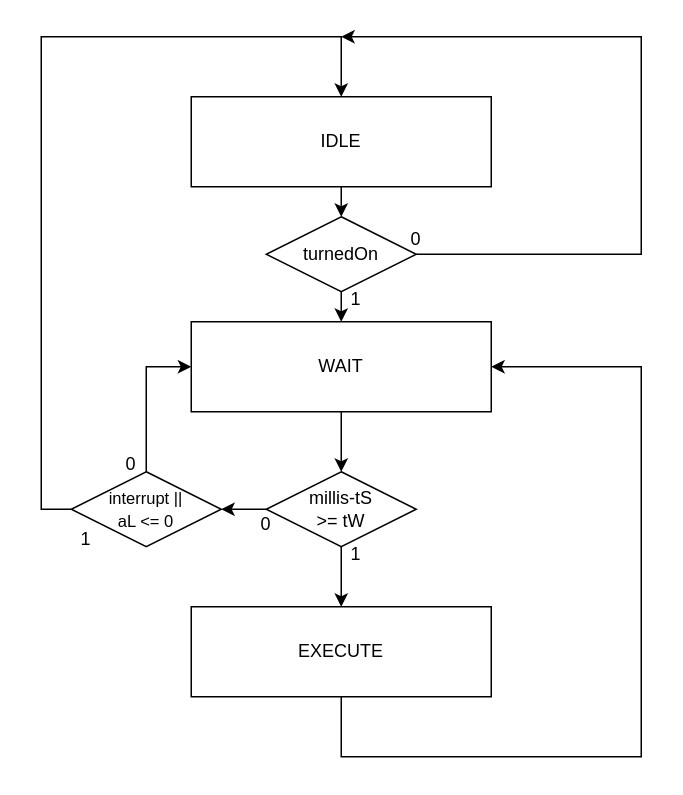
This is DiagramaDeEstados.drawio from Dexiis/FSO-TP1, a draw.io file, before an edit. Source tidied: cells renumbered, new cells numbered last; positions are measured from the earlier drawing's top-left corner, leaving out a move shared by most shapes. Both pictures are drawn from the tidied source at 150%, with x=0, y=0 at pixel (40, 36).
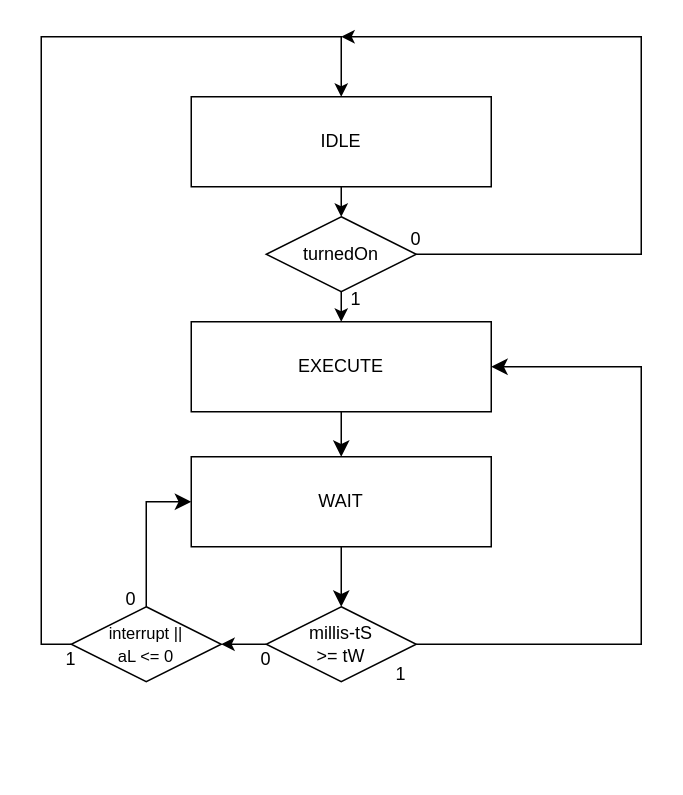
The same diagram, later.

Commit message (it also covers changes not shown here):
Diagrama de Estados

Unchanged cells that the change refers to:
```xml
<mxCell id="3" style="rounded=0;whiteSpace=wrap;html=1;" parent="1" vertex="1">
  <mxGeometry x="100" y="190" width="200" height="60" as="geometry" />
</mxCell>
<mxCell id="11" style="rounded=0;whiteSpace=wrap;html=1;" parent="1" vertex="1">
  <mxGeometry x="100" y="40" width="200" height="60" as="geometry" />
</mxCell>
<mxCell id="25" style="rhombus;whiteSpace=wrap;html=1;" parent="1" vertex="1">
  <mxGeometry x="150" y="120" width="100" height="50" as="geometry" />
</mxCell>
```

Change to the diagram source:
```diff
@@
-    <mxCell id="2" style="edgeStyle=orthogonalEdgeStyle;rounded=0;jettySize=auto;html=1;exitX=0.5;exitY=1;exitDx=0;exitDy=0;entryX=0.5;entryY=0;entryDx=0;entryDy=0;" parent="1" edge="1" source="3" target="9">
-      <mxGeometry relative="1" as="geometry" />
-    </mxCell>
+    <mxCell id="29" style="edgeStyle=none;curved=1;rounded=0;jettySize=auto;html=1;exitX=0.5;exitY=1;exitDx=0;exitDy=0;entryX=0.5;entryY=0;entryDx=0;entryDy=0;fontSize=12;startSize=8;endSize=8;" parent="1" edge="1" source="3" target="31">
+      <mxGeometry relative="1" as="geometry" />
+    </mxCell>
@@
+    <mxCell id="7" value="EXECUTE" style="text;html=1;align=center;verticalAlign=middle;whiteSpace=wrap;rounded=0;" parent="1" vertex="1">
+      <mxGeometry x="170" y="205" width="60" height="30" as="geometry" />
+    </mxCell>
+    <mxCell id="30" style="edgeStyle=none;curved=1;rounded=0;jettySize=auto;html=1;exitX=0.5;exitY=1;exitDx=0;exitDy=0;entryX=0.5;entryY=0;entryDx=0;entryDy=0;fontSize=12;startSize=8;endSize=8;" parent="1" edge="1" source="31" target="33">
+      <mxGeometry relative="1" as="geometry" />
+    </mxCell>
+    <mxCell id="31" style="rounded=0;whiteSpace=wrap;html=1;" parent="1" vertex="1">
+      <mxGeometry x="100" y="280" width="200" height="60" as="geometry" />
+    </mxCell>
     <mxCell id="4" value="WAIT" style="text;html=1;align=center;verticalAlign=middle;whiteSpace=wrap;rounded=0;" parent="1" vertex="1">
-      <mxGeometry x="170" y="205" width="60" height="30" as="geometry" />
+      <mxGeometry x="170" y="295" width="60" height="30" as="geometry" />
     </mxCell>
-    <mxCell id="5" style="edgeStyle=orthogonalEdgeStyle;rounded=0;jettySize=auto;html=1;exitX=0.5;exitY=1;exitDx=0;exitDy=0;entryX=1;entryY=0.5;entryDx=0;entryDy=0;" parent="1" edge="1" source="6" target="3">
-      <mxGeometry relative="1" as="geometry">
-        <Array as="points">
-          <mxPoint x="200" y="480" />
-          <mxPoint x="400" y="480" />
-          <mxPoint x="400" y="220" />
-        </Array>
-      </mxGeometry>
-    </mxCell>
-    <mxCell id="6" style="rounded=0;whiteSpace=wrap;html=1;" parent="1" vertex="1">
-      <mxGeometry x="100" y="380" width="200" height="60" as="geometry" />
-    </mxCell>
-    <mxCell id="7" value="EXECUTE" style="text;html=1;align=center;verticalAlign=middle;whiteSpace=wrap;rounded=0;" parent="1" vertex="1">
-      <mxGeometry x="170" y="395" width="60" height="30" as="geometry" />
-    </mxCell>
-    <mxCell id="8" style="edgeStyle=orthogonalEdgeStyle;rounded=0;jettySize=auto;html=1;exitX=0.5;exitY=1;exitDx=0;exitDy=0;entryX=0.5;entryY=0;entryDx=0;entryDy=0;" parent="1" edge="1" source="9" target="6">
-      <mxGeometry relative="1" as="geometry" />
-    </mxCell>
-    <mxCell id="9" style="rhombus;whiteSpace=wrap;html=1;" parent="1" vertex="1">
-      <mxGeometry x="150" y="290" width="100" height="50" as="geometry" />
-    </mxCell>
+    <mxCell id="32" style="edgeStyle=none;curved=0;rounded=0;jettySize=auto;html=1;entryX=1;entryY=0.5;entryDx=0;entryDy=0;fontSize=12;startSize=8;endSize=8;exitX=1;exitY=0.5;exitDx=0;exitDy=0;" parent="1" edge="1" source="33" target="3">
+      <mxGeometry relative="1" as="geometry">
+        <Array as="points">
+          <mxPoint x="400" y="405" />
+          <mxPoint x="400" y="220" />
+        </Array>
+      </mxGeometry>
+    </mxCell>
+    <mxCell id="33" style="rhombus;whiteSpace=wrap;html=1;" parent="1" vertex="1">
+      <mxGeometry x="150" y="380" width="100" height="50" as="geometry" />
+    </mxCell>
@@
     <mxCell id="13" value="millis-tS &amp;gt;= tW" style="text;html=1;align=center;verticalAlign=middle;whiteSpace=wrap;rounded=0;" parent="1" vertex="1">
-      <mxGeometry x="170" y="300" width="60" height="30" as="geometry" />
+      <mxGeometry x="170" y="390" width="60" height="30" as="geometry" />
     </mxCell>
-    <mxCell id="14" value="1" style="text;html=1;align=center;verticalAlign=middle;whiteSpace=wrap;rounded=0;" parent="1" vertex="1">
-      <mxGeometry x="180" y="330" width="60" height="30" as="geometry" />
-    </mxCell>
-    <mxCell id="15" value="0" style="text;html=1;align=center;verticalAlign=middle;whiteSpace=wrap;rounded=0;" parent="1" vertex="1">
-      <mxGeometry x="120" y="310" width="60" height="30" as="geometry" />
-    </mxCell>
-    <mxCell id="16" style="edgeStyle=orthogonalEdgeStyle;rounded=0;jettySize=auto;html=1;exitX=0;exitY=0.5;exitDx=0;exitDy=0;entryX=0.5;entryY=0;entryDx=0;entryDy=0;" parent="1" edge="1" source="18" target="11">
-      <mxGeometry relative="1" as="geometry">
-        <Array as="points">
-          <mxPoint y="315" />
-          <mxPoint />
-          <mxPoint x="200" />
-        </Array>
-      </mxGeometry>
-    </mxCell>
-    <mxCell id="17" style="edgeStyle=orthogonalEdgeStyle;rounded=0;jettySize=auto;html=1;exitX=0.5;exitY=0;exitDx=0;exitDy=0;entryX=0;entryY=0.5;entryDx=0;entryDy=0;" parent="1" edge="1" source="18" target="3">
-      <mxGeometry relative="1" as="geometry" />
-    </mxCell>
-    <mxCell id="18" style="rhombus;whiteSpace=wrap;html=1;" parent="1" vertex="1">
-      <mxGeometry x="20" y="290" width="100" height="50" as="geometry" />
-    </mxCell>
+    <mxCell id="34" value="1" style="text;html=1;align=center;verticalAlign=middle;whiteSpace=wrap;rounded=0;" parent="1" vertex="1">
+      <mxGeometry x="210" y="410" width="60" height="30" as="geometry" />
+    </mxCell>
+    <mxCell id="35" value="0" style="text;html=1;align=center;verticalAlign=middle;whiteSpace=wrap;rounded=0;" parent="1" vertex="1">
+      <mxGeometry x="120" y="400" width="60" height="30" as="geometry" />
+    </mxCell>
+    <mxCell id="36" style="edgeStyle=orthogonalEdgeStyle;rounded=0;jettySize=auto;html=1;exitX=0;exitY=0.5;exitDx=0;exitDy=0;entryX=0.5;entryY=0;entryDx=0;entryDy=0;" parent="1" edge="1" source="38" target="11">
+      <mxGeometry relative="1" as="geometry">
+        <Array as="points">
+          <mxPoint y="405" />
+          <mxPoint />
+          <mxPoint x="200" />
+        </Array>
+      </mxGeometry>
+    </mxCell>
+    <mxCell id="37" style="edgeStyle=none;curved=0;rounded=0;jettySize=auto;html=1;exitX=0.5;exitY=0;exitDx=0;exitDy=0;entryX=0;entryY=0.5;entryDx=0;entryDy=0;fontSize=12;startSize=8;endSize=8;" parent="1" edge="1" source="38" target="31">
+      <mxGeometry relative="1" as="geometry">
+        <Array as="points">
+          <mxPoint x="70" y="310" />
+        </Array>
+      </mxGeometry>
+    </mxCell>
+    <mxCell id="38" style="rhombus;whiteSpace=wrap;html=1;" parent="1" vertex="1">
+      <mxGeometry x="20" y="380" width="100" height="50" as="geometry" />
+    </mxCell>
     <mxCell id="19" value="&lt;font style=&quot;font-size: 11px;&quot;&gt;interrupt || aL &amp;lt;= 0&lt;/font&gt;" style="text;html=1;align=center;verticalAlign=middle;whiteSpace=wrap;rounded=0;" parent="1" vertex="1">
-      <mxGeometry x="40" y="300" width="60" height="30" as="geometry" />
+      <mxGeometry x="40" y="390" width="60" height="30" as="geometry" />
     </mxCell>
-    <mxCell id="20" value="0" style="text;html=1;align=center;verticalAlign=middle;whiteSpace=wrap;rounded=0;" parent="1" vertex="1">
-      <mxGeometry x="30" y="270" width="60" height="30" as="geometry" />
-    </mxCell>
-    <mxCell id="21" value="1" style="text;html=1;align=center;verticalAlign=middle;whiteSpace=wrap;rounded=0;" parent="1" vertex="1">
-      <mxGeometry y="320" width="60" height="30" as="geometry" />
-    </mxCell>
-    <mxCell id="22" style="edgeStyle=orthogonalEdgeStyle;rounded=0;jettySize=auto;html=1;exitX=0;exitY=0.5;exitDx=0;exitDy=0;entryX=1;entryY=0.5;entryDx=0;entryDy=0;" parent="1" edge="1" source="9" target="18">
-      <mxGeometry relative="1" as="geometry" />
-    </mxCell>
+    <mxCell id="39" value="0" style="text;html=1;align=center;verticalAlign=middle;whiteSpace=wrap;rounded=0;" parent="1" vertex="1">
+      <mxGeometry x="30" y="360" width="60" height="30" as="geometry" />
+    </mxCell>
+    <mxCell id="40" value="1" style="text;html=1;align=center;verticalAlign=middle;whiteSpace=wrap;rounded=0;" parent="1" vertex="1">
+      <mxGeometry x="-10" y="400" width="60" height="30" as="geometry" />
+    </mxCell>
+    <mxCell id="41" style="edgeStyle=orthogonalEdgeStyle;rounded=0;jettySize=auto;html=1;exitX=0;exitY=0.5;exitDx=0;exitDy=0;entryX=1;entryY=0.5;entryDx=0;entryDy=0;" parent="1" edge="1" source="33" target="38">
+      <mxGeometry relative="1" as="geometry" />
+    </mxCell>
@@
-    <mxCell id="24" style="edgeStyle=orthogonalEdgeStyle;rounded=0;jettySize=auto;html=1;exitX=1;exitY=0.5;exitDx=0;exitDy=0;" parent="1" edge="1" source="25">
-      <mxGeometry relative="1" as="geometry">
-        <mxPoint x="200" as="targetPoint" />
-        <Array as="points">
-          <mxPoint x="400" y="145" />
-          <mxPoint x="400" />
-        </Array>
-      </mxGeometry>
-    </mxCell>
+    <mxCell id="42" style="edgeStyle=orthogonalEdgeStyle;rounded=0;jettySize=auto;html=1;exitX=1;exitY=0.5;exitDx=0;exitDy=0;" parent="1" edge="1" source="25">
+      <mxGeometry relative="1" as="geometry">
+        <mxPoint x="200" as="targetPoint" />
+        <Array as="points">
+          <mxPoint x="400" y="145" />
+          <mxPoint x="400" />
+        </Array>
+      </mxGeometry>
+    </mxCell>
```
